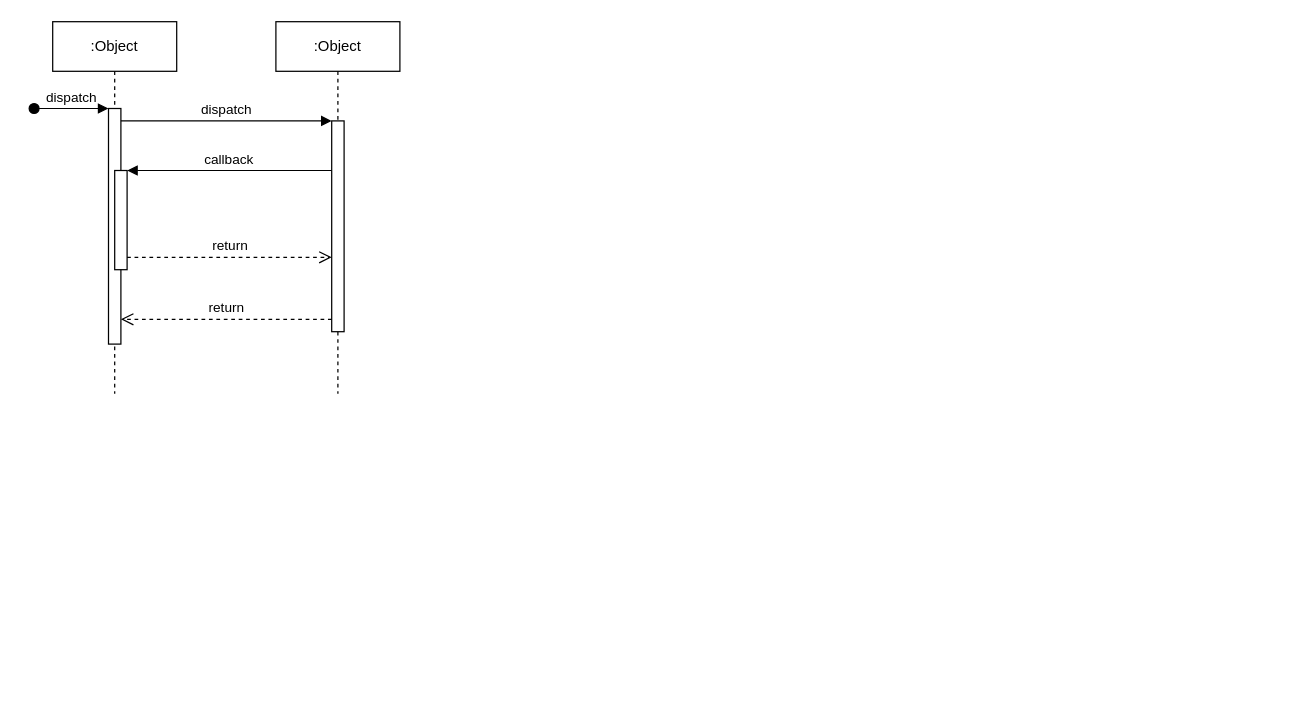
The draw.io diagram seq_consulter_iglob.drawio in CabrelFeukeng/pp, before the edit. Source tidied: cells renumbered, new cells numbered last; positions are measured from the earlier drawing's top-left corner, leaving out a move shared by most shapes. Both pictures are drawn from the tidied source at 124%, with x=0, y=0 at pixel (33, 21).
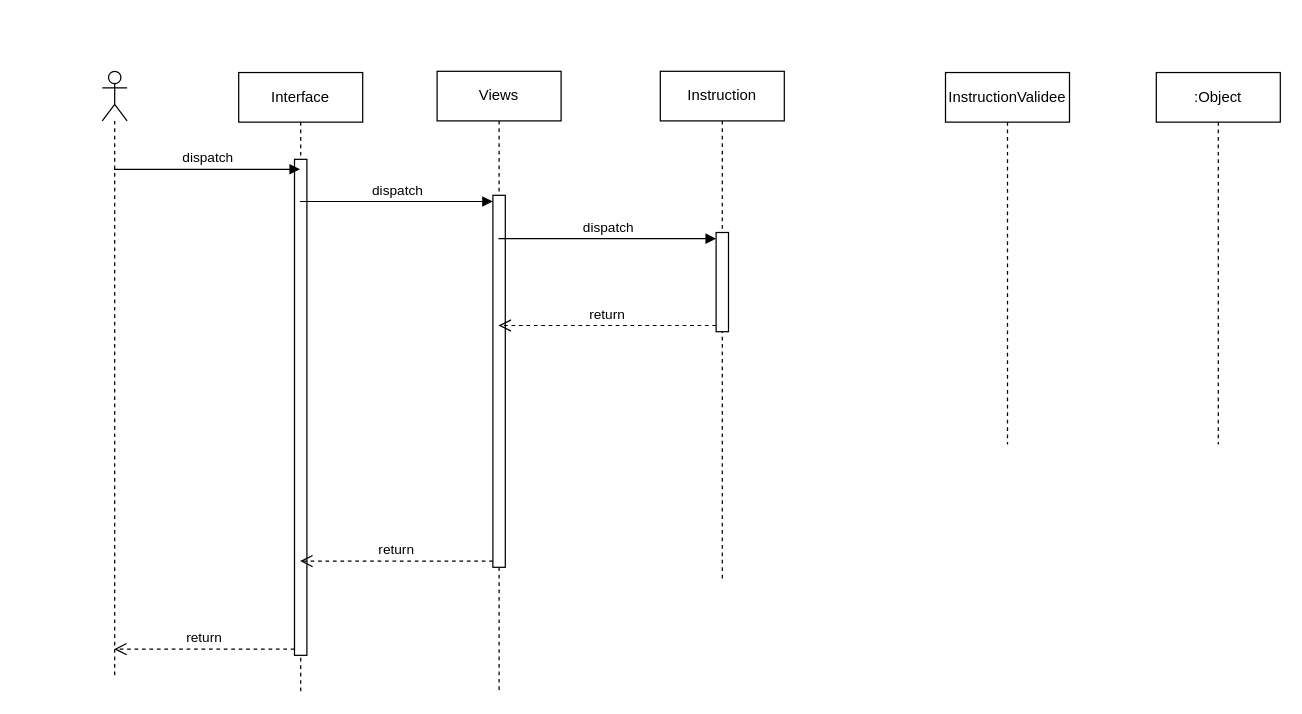
The same page after the edit.

Commit message (it also covers changes not shown here):
Mettre à jour seq_consulter_iglob.drawio

The edit, as a diff of the source:
```diff
@@
 <mxGraphModel>
   <root>
     <mxCell id="0" />
     <mxCell id="1" parent="0" />
-    <mxCell id="2" value=":Object" style="shape=umlLifeline;perimeter=lifelinePerimeter;whiteSpace=wrap;html=1;newEdgeStyle={&quot;edgeStyle&quot;:&quot;elbowEdgeStyle&quot;,&quot;elbow&quot;:&quot;vertical&quot;,&quot;curved&quot;:0,&quot;rounded&quot;:0};" parent="1" vertex="1">
-      <mxGeometry x="15" width="100" height="300" as="geometry" />
-    </mxCell>
-    <mxCell id="3" style="html=1;points=[];perimeter=orthogonalPerimeter;outlineConnect=0;targetShapes=umlLifeline;portConstraint=eastwest;newEdgeStyle={&quot;edgeStyle&quot;:&quot;elbowEdgeStyle&quot;,&quot;elbow&quot;:&quot;vertical&quot;,&quot;curved&quot;:0,&quot;rounded&quot;:0};" parent="2" vertex="1">
-      <mxGeometry x="45" y="70" width="10" height="190" as="geometry" />
-    </mxCell>
-    <mxCell id="4" value="dispatch" style="html=1;verticalAlign=bottom;startArrow=oval;endArrow=block;startSize=8;edgeStyle=elbowEdgeStyle;elbow=vertical;curved=0;rounded=0;" parent="2" edge="1" target="3">
-      <mxGeometry relative="1" as="geometry">
-        <mxPoint x="-15" y="70" as="sourcePoint" />
-      </mxGeometry>
-    </mxCell>
-    <mxCell id="5" style="html=1;points=[];perimeter=orthogonalPerimeter;outlineConnect=0;targetShapes=umlLifeline;portConstraint=eastwest;newEdgeStyle={&quot;edgeStyle&quot;:&quot;elbowEdgeStyle&quot;,&quot;elbow&quot;:&quot;vertical&quot;,&quot;curved&quot;:0,&quot;rounded&quot;:0};" parent="2" vertex="1">
-      <mxGeometry x="50" y="120" width="10" height="80" as="geometry" />
-    </mxCell>
-    <mxCell id="6" value=":Object" style="shape=umlLifeline;perimeter=lifelinePerimeter;whiteSpace=wrap;html=1;newEdgeStyle={&quot;edgeStyle&quot;:&quot;elbowEdgeStyle&quot;,&quot;elbow&quot;:&quot;vertical&quot;,&quot;curved&quot;:0,&quot;rounded&quot;:0};" parent="1" vertex="1">
-      <mxGeometry x="195" width="100" height="300" as="geometry" />
-    </mxCell>
-    <mxCell id="7" style="html=1;points=[];perimeter=orthogonalPerimeter;outlineConnect=0;targetShapes=umlLifeline;portConstraint=eastwest;newEdgeStyle={&quot;edgeStyle&quot;:&quot;elbowEdgeStyle&quot;,&quot;elbow&quot;:&quot;vertical&quot;,&quot;curved&quot;:0,&quot;rounded&quot;:0};" parent="6" vertex="1">
-      <mxGeometry x="45" y="80" width="10" height="170" as="geometry" />
-    </mxCell>
-    <mxCell id="8" value="dispatch" style="html=1;verticalAlign=bottom;endArrow=block;edgeStyle=elbowEdgeStyle;elbow=vertical;curved=0;rounded=0;" parent="1" edge="1" source="3" target="7">
-      <mxGeometry relative="1" as="geometry">
-        <Array as="points">
-          <mxPoint x="155" y="80" />
-        </Array>
-      </mxGeometry>
-    </mxCell>
-    <mxCell id="9" value="return" style="html=1;verticalAlign=bottom;endArrow=open;dashed=1;endSize=8;edgeStyle=elbowEdgeStyle;elbow=vertical;curved=0;rounded=0;" parent="1" edge="1" source="7" target="3">
-      <mxGeometry relative="1" as="geometry">
-        <Array as="points">
-          <mxPoint x="165" y="240" />
-        </Array>
-      </mxGeometry>
-    </mxCell>
-    <mxCell id="10" value="callback" style="html=1;verticalAlign=bottom;endArrow=block;edgeStyle=elbowEdgeStyle;elbow=vertical;curved=0;rounded=0;" parent="1" edge="1" source="7" target="5">
-      <mxGeometry relative="1" as="geometry">
-        <Array as="points">
-          <mxPoint x="165" y="120" />
-        </Array>
-      </mxGeometry>
-    </mxCell>
-    <mxCell id="11" value="return" style="html=1;verticalAlign=bottom;endArrow=open;dashed=1;endSize=8;edgeStyle=elbowEdgeStyle;elbow=vertical;curved=0;rounded=0;" parent="1" edge="1" source="5" target="7">
-      <mxGeometry relative="1" as="geometry">
-        <Array as="points">
-          <mxPoint x="155" y="190" />
-        </Array>
-      </mxGeometry>
-    </mxCell>
+    <mxCell id="12" style="shape=umlLifeline;perimeter=lifelinePerimeter;whiteSpace=wrap;html=1;outlineConnect=0;portConstraint=eastwest;newEdgeStyle={&quot;curved&quot;:0,&quot;rounded&quot;:0};participant=umlActor;" parent="1" vertex="1">
+      <mxGeometry x="55" y="40" width="20" height="490" as="geometry" />
+    </mxCell>
+    <mxCell id="13" value="Interface" style="shape=umlLifeline;perimeter=lifelinePerimeter;whiteSpace=wrap;html=1;outlineConnect=0;portConstraint=eastwest;newEdgeStyle={&quot;curved&quot;:0,&quot;rounded&quot;:0};" parent="1" vertex="1">
+      <mxGeometry x="165" y="41" width="100" height="500" as="geometry" />
+    </mxCell>
+    <mxCell id="14" style="html=1;points=[[0,0,0,0,5],[0,1,0,0,-5],[1,0,0,0,5],[1,1,0,0,-5]];perimeter=orthogonalPerimeter;outlineConnect=0;targetShapes=umlLifeline;portConstraint=eastwest;newEdgeStyle={&quot;curved&quot;:0,&quot;rounded&quot;:0};" parent="13" vertex="1">
+      <mxGeometry x="45" y="70" width="10" height="400" as="geometry" />
+    </mxCell>
+    <mxCell id="15" value="Views" style="shape=umlLifeline;perimeter=lifelinePerimeter;whiteSpace=wrap;html=1;outlineConnect=0;portConstraint=eastwest;newEdgeStyle={&quot;curved&quot;:0,&quot;rounded&quot;:0};" parent="1" vertex="1">
+      <mxGeometry x="325" y="40" width="100" height="500" as="geometry" />
+    </mxCell>
+    <mxCell id="16" style="html=1;points=[[0,0,0,0,5],[0,1,0,0,-5],[1,0,0,0,5],[1,1,0,0,-5]];perimeter=orthogonalPerimeter;outlineConnect=0;targetShapes=umlLifeline;portConstraint=eastwest;newEdgeStyle={&quot;curved&quot;:0,&quot;rounded&quot;:0};" parent="15" vertex="1">
+      <mxGeometry x="45" y="100" width="10" height="300" as="geometry" />
+    </mxCell>
+    <mxCell id="17" value="Instruction" style="shape=umlLifeline;perimeter=lifelinePerimeter;whiteSpace=wrap;html=1;newEdgeStyle={&quot;curved&quot;:0,&quot;rounded&quot;:0};" parent="1" vertex="1">
+      <mxGeometry x="505" y="40" width="100" height="410" as="geometry" />
+    </mxCell>
+    <mxCell id="18" style="html=1;points=[[0,0,0,0,5],[0,1,0,0,-5],[1,0,0,0,5],[1,1,0,0,-5]];perimeter=orthogonalPerimeter;outlineConnect=0;targetShapes=umlLifeline;portConstraint=eastwest;newEdgeStyle={&quot;curved&quot;:0,&quot;rounded&quot;:0};" parent="17" vertex="1">
+      <mxGeometry x="45" y="130" width="10" height="80" as="geometry" />
+    </mxCell>
+    <mxCell id="19" value="InstructionValidee" style="shape=umlLifeline;perimeter=lifelinePerimeter;whiteSpace=wrap;html=1;newEdgeStyle={&quot;curved&quot;:0,&quot;rounded&quot;:0};" parent="1" vertex="1">
+      <mxGeometry x="735" y="41" width="100" height="300" as="geometry" />
+    </mxCell>
+    <mxCell id="20" value=":Object" style="shape=umlLifeline;perimeter=lifelinePerimeter;whiteSpace=wrap;html=1;newEdgeStyle={&quot;curved&quot;:0,&quot;rounded&quot;:0};" parent="1" vertex="1">
+      <mxGeometry x="905" y="41" width="100" height="300" as="geometry" />
+    </mxCell>
+    <mxCell id="21" value="dispatch" style="html=1;verticalAlign=bottom;endArrow=block;curved=0;rounded=0;" parent="1" edge="1">
+      <mxGeometry relative="1" as="geometry">
+        <mxPoint x="64.5" y="119" as="sourcePoint" />
+        <mxPoint x="214.5" y="119" as="targetPoint" />
+        <Array as="points">
+          <mxPoint x="165" y="119" />
+        </Array>
+      </mxGeometry>
+    </mxCell>
+    <mxCell id="22" value="return" style="html=1;verticalAlign=bottom;endArrow=open;dashed=1;endSize=8;curved=0;rounded=0;exitX=0;exitY=1;exitDx=0;exitDy=-5;" parent="1" edge="1" source="14" target="12">
+      <mxGeometry relative="1" as="geometry" />
+    </mxCell>
+    <mxCell id="23" value="dispatch" style="html=1;verticalAlign=bottom;endArrow=block;curved=0;rounded=0;entryX=0;entryY=0;entryDx=0;entryDy=5;" parent="1" edge="1" source="13" target="16">
+      <mxGeometry relative="1" as="geometry" />
+    </mxCell>
+    <mxCell id="24" value="return" style="html=1;verticalAlign=bottom;endArrow=open;dashed=1;endSize=8;curved=0;rounded=0;exitX=0;exitY=1;exitDx=0;exitDy=-5;" parent="1" edge="1" source="16" target="13">
+      <mxGeometry relative="1" as="geometry" />
+    </mxCell>
+    <mxCell id="25" value="dispatch" style="html=1;verticalAlign=bottom;endArrow=block;curved=0;rounded=0;entryX=0;entryY=0;entryDx=0;entryDy=5;" parent="1" edge="1" source="15" target="18">
+      <mxGeometry relative="1" as="geometry" />
+    </mxCell>
+    <mxCell id="26" value="return" style="html=1;verticalAlign=bottom;endArrow=open;dashed=1;endSize=8;curved=0;rounded=0;exitX=0;exitY=1;exitDx=0;exitDy=-5;" parent="1" edge="1" source="18" target="15">
+      <mxGeometry relative="1" as="geometry" />
+    </mxCell>
   </root>
 </mxGraphModel>
```
